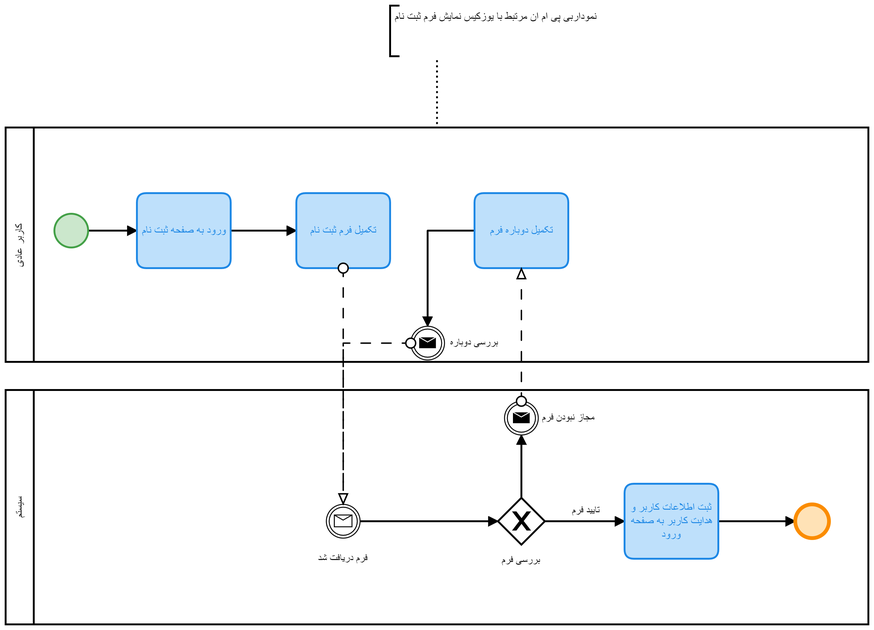
The BPMN diagram Diagrams/Activity Diagram & bpmn diagram/bpmn/PDF-version/sign-up-user.png in hirezadehghani/website-builder, before a commit. Its source is kept beside it as Diagrams/Activity Diagram & bpmn diagram/bpmn/sign-up-user.bpmn. Ids are renumbered. Its diagram source:
```xml
<bpmn:definitions xmlns:bpmn="http://www.omg.org/spec/BPMN/20100524/MODEL" xmlns:bpmndi="http://www.omg.org/spec/BPMN/20100524/DI" xmlns:dc="http://www.omg.org/spec/DD/20100524/DC" xmlns:di="http://www.omg.org/spec/DD/20100524/DI" xmlns:bioc="http://bpmn.io/schema/bpmn/biocolor/1.0" xmlns:color="http://www.omg.org/spec/BPMN/non-normative/color/1.0" xmlns:modeler="http://camunda.org/schema/modeler/1.0" id="Definitions_n1" targetNamespace="http://bpmn.io/schema/bpmn" exporter="Camunda Modeler" exporterVersion="4.11.1" modeler:executionPlatform="Camunda Platform" modeler:executionPlatformVersion="7.15.0">
  <bpmn:collaboration id="Collaboration_n2">
    <bpmn:participant id="Participant_n3" name="کاربر عادی" processRef="Process_n4" />
    <bpmn:participant id="Participant_n5" name="سیستم" processRef="Process_n6" />
    <bpmn:messageFlow id="Flow_n7" sourceRef="Activity_n8" targetRef="Event_n9" />
    <bpmn:messageFlow id="Flow_n10" sourceRef="Event_n11" targetRef="Activity_n12" />
    <bpmn:messageFlow id="Flow_n13" sourceRef="Event_n14" targetRef="Event_n9" />
    <bpmn:textAnnotation id="TextAnnotation_n15">
      <bpmn:text>نموداربی پی ام ان مرتبط با یوزکیس نمایش فرم ثبت نام</bpmn:text>
    </bpmn:textAnnotation>
    <bpmn:association id="Association_n16" sourceRef="Participant_n3" targetRef="TextAnnotation_n15" />
  </bpmn:collaboration>
  <bpmn:process id="Process_n4" isExecutable="true">
    <bpmn:startEvent id="Event_n17">
      <bpmn:outgoing>Flow_n18</bpmn:outgoing>
    </bpmn:startEvent>
    <bpmn:task id="Activity_n19" name="ورود به صفحه ثبت نام">
      <bpmn:incoming>Flow_n18</bpmn:incoming>
      <bpmn:outgoing>Flow_n20</bpmn:outgoing>
    </bpmn:task>
    <bpmn:task id="Activity_n8" name="تکمیل فرم ثبت نام">
      <bpmn:incoming>Flow_n20</bpmn:incoming>
    </bpmn:task>
    <bpmn:task id="Activity_n12" name="تکمیل دوباره فرم">
      <bpmn:outgoing>Flow_n21</bpmn:outgoing>
    </bpmn:task>
    <bpmn:intermediateThrowEvent id="Event_n14" name="بررسی دوباره">
      <bpmn:incoming>Flow_n21</bpmn:incoming>
      <bpmn:messageEventDefinition id="MessageEventDefinition_n22" />
    </bpmn:intermediateThrowEvent>
    <bpmn:sequenceFlow id="Flow_n20" sourceRef="Activity_n19" targetRef="Activity_n8" />
    <bpmn:sequenceFlow id="Flow_n18" sourceRef="Event_n17" targetRef="Activity_n19" />
    <bpmn:sequenceFlow id="Flow_n21" sourceRef="Activity_n12" targetRef="Event_n14" />
  </bpmn:process>
  <bpmn:process id="Process_n6" isExecutable="false">
    <bpmn:task id="Activity_n23" name="ثبت اطلاعات کاربر و هدایت کاربر به صفحه ورود">
      <bpmn:incoming>Flow_n24</bpmn:incoming>
      <bpmn:outgoing>Flow_n25</bpmn:outgoing>
    </bpmn:task>
    <bpmn:endEvent id="Event_n26">
      <bpmn:incoming>Flow_n25</bpmn:incoming>
    </bpmn:endEvent>
    <bpmn:intermediateCatchEvent id="Event_n9" name="فرم دریافت شد">
      <bpmn:outgoing>Flow_n27</bpmn:outgoing>
      <bpmn:messageEventDefinition id="MessageEventDefinition_n28" />
    </bpmn:intermediateCatchEvent>
    <bpmn:exclusiveGateway id="Gateway_n29" name="بررسی فرم">
      <bpmn:incoming>Flow_n27</bpmn:incoming>
      <bpmn:outgoing>Flow_n24</bpmn:outgoing>
      <bpmn:outgoing>Flow_n30</bpmn:outgoing>
    </bpmn:exclusiveGateway>
    <bpmn:intermediateThrowEvent id="Event_n11" name="مجاز نبودن فرم">
      <bpmn:incoming>Flow_n30</bpmn:incoming>
      <bpmn:messageEventDefinition id="MessageEventDefinition_n31" />
    </bpmn:intermediateThrowEvent>
    <bpmn:sequenceFlow id="Flow_n25" sourceRef="Activity_n23" targetRef="Event_n26" />
    <bpmn:sequenceFlow id="Flow_n24" name="تایید فرم" sourceRef="Gateway_n29" targetRef="Activity_n23" />
    <bpmn:sequenceFlow id="Flow_n27" sourceRef="Event_n9" targetRef="Gateway_n29" />
    <bpmn:sequenceFlow id="Flow_n30" sourceRef="Gateway_n29" targetRef="Event_n11" />
  </bpmn:process>
  <bpmndi:BPMNDiagram id="BPMNDiagram_1">
    <bpmndi:BPMNPlane id="BPMNPlane_1" bpmnElement="Collaboration_n2">
      <bpmndi:BPMNShape id="Participant_n3_di" bpmnElement="Participant_n3" isHorizontal="true">
        <dc:Bounds x="160" y="210" width="920" height="250" />
      </bpmndi:BPMNShape>
      <bpmndi:BPMNEdge id="Flow_n21_di" bpmnElement="Flow_n21">
        <di:waypoint x="660" y="320" />
        <di:waypoint x="610" y="320" />
        <di:waypoint x="610" y="422" />
      </bpmndi:BPMNEdge>
      <bpmndi:BPMNEdge id="Flow_n18_di" bpmnElement="Flow_n18">
        <di:waypoint x="248" y="320" />
        <di:waypoint x="300" y="320" />
      </bpmndi:BPMNEdge>
      <bpmndi:BPMNEdge id="Flow_n20_di" bpmnElement="Flow_n20">
        <di:waypoint x="400" y="320" />
        <di:waypoint x="470" y="320" />
      </bpmndi:BPMNEdge>
      <bpmndi:BPMNShape id="Event_n17_di" bpmnElement="Event_n17" bioc:stroke="#43a047" bioc:fill="#c8e6c9" color:background-color="#c8e6c9" color:border-color="#43a047">
        <dc:Bounds x="212" y="302" width="36" height="36" />
      </bpmndi:BPMNShape>
      <bpmndi:BPMNShape id="Activity_n19_di" bpmnElement="Activity_n19" bioc:stroke="#1e88e5" bioc:fill="#bbdefb" color:background-color="#bbdefb" color:border-color="#1e88e5">
        <dc:Bounds x="300" y="280" width="100" height="80" />
      </bpmndi:BPMNShape>
      <bpmndi:BPMNShape id="Activity_n8_di" bpmnElement="Activity_n8" bioc:stroke="#1e88e5" bioc:fill="#bbdefb" color:background-color="#bbdefb" color:border-color="#1e88e5">
        <dc:Bounds x="470" y="280" width="100" height="80" />
      </bpmndi:BPMNShape>
      <bpmndi:BPMNShape id="Activity_n12_di" bpmnElement="Activity_n12" bioc:stroke="#1e88e5" bioc:fill="#bbdefb" color:background-color="#bbdefb" color:border-color="#1e88e5">
        <dc:Bounds x="660" y="280" width="100" height="80" />
      </bpmndi:BPMNShape>
      <bpmndi:BPMNShape id="Event_0u64zjg_di" bpmnElement="Event_n14">
        <dc:Bounds x="592" y="422" width="36" height="36" />
        <bpmndi:BPMNLabel>
          <dc:Bounds x="634" y="433" width="52" height="14" />
        </bpmndi:BPMNLabel>
      </bpmndi:BPMNShape>
      <bpmndi:BPMNShape id="Participant_n5_di" bpmnElement="Participant_n5" isHorizontal="true">
        <dc:Bounds x="160" y="490" width="920" height="250" />
      </bpmndi:BPMNShape>
      <bpmndi:BPMNEdge id="Flow_n30_di" bpmnElement="Flow_n30">
        <di:waypoint x="710" y="605" />
        <di:waypoint x="710" y="538" />
      </bpmndi:BPMNEdge>
      <bpmndi:BPMNEdge id="Flow_n27_di" bpmnElement="Flow_n27">
        <di:waypoint x="538" y="630" />
        <di:waypoint x="685" y="630" />
      </bpmndi:BPMNEdge>
      <bpmndi:BPMNEdge id="Flow_n24_di" bpmnElement="Flow_n24">
        <di:waypoint x="735" y="630" />
        <di:waypoint x="820" y="630" />
        <bpmndi:BPMNLabel>
          <dc:Bounds x="764" y="612" width="29" height="14" />
        </bpmndi:BPMNLabel>
      </bpmndi:BPMNEdge>
      <bpmndi:BPMNEdge id="Flow_n25_di" bpmnElement="Flow_n25">
        <di:waypoint x="920" y="630" />
        <di:waypoint x="1002" y="630" />
      </bpmndi:BPMNEdge>
      <bpmndi:BPMNShape id="Activity_n23_di" bpmnElement="Activity_n23" bioc:stroke="#1e88e5" bioc:fill="#bbdefb" color:background-color="#bbdefb" color:border-color="#1e88e5">
        <dc:Bounds x="820" y="590" width="100" height="80" />
      </bpmndi:BPMNShape>
      <bpmndi:BPMNShape id="Event_n26_di" bpmnElement="Event_n26" bioc:stroke="#fb8c00" bioc:fill="#ffe0b2" color:background-color="#ffe0b2" color:border-color="#fb8c00">
        <dc:Bounds x="1002" y="612" width="36" height="36" />
      </bpmndi:BPMNShape>
      <bpmndi:BPMNShape id="Event_1ef4o93_di" bpmnElement="Event_n9">
        <dc:Bounds x="502" y="612" width="36" height="36" />
        <bpmndi:BPMNLabel>
          <dc:Bounds x="493" y="663" width="54" height="14" />
        </bpmndi:BPMNLabel>
      </bpmndi:BPMNShape>
      <bpmndi:BPMNShape id="Gateway_n29_di" bpmnElement="Gateway_n29" isMarkerVisible="true">
        <dc:Bounds x="685" y="605" width="50" height="50" />
        <bpmndi:BPMNLabel>
          <dc:Bounds x="689" y="665" width="41" height="14" />
        </bpmndi:BPMNLabel>
      </bpmndi:BPMNShape>
      <bpmndi:BPMNShape id="Event_10p3g1r_di" bpmnElement="Event_n11">
        <dc:Bounds x="692" y="502" width="36" height="36" />
        <bpmndi:BPMNLabel>
          <dc:Bounds x="732" y="513" width="56" height="14" />
        </bpmndi:BPMNLabel>
      </bpmndi:BPMNShape>
      <bpmndi:BPMNShape id="TextAnnotation_n15_di" bpmnElement="TextAnnotation_n15">
        <dc:Bounds x="570" y="80" width="340" height="54" />
      </bpmndi:BPMNShape>
      <bpmndi:BPMNEdge id="Association_n16_di" bpmnElement="Association_n16">
        <di:waypoint x="620" y="210" />
        <di:waypoint x="620" y="134" />
      </bpmndi:BPMNEdge>
      <bpmndi:BPMNEdge id="Flow_n7_di" bpmnElement="Flow_n7">
        <di:waypoint x="520" y="360" />
        <di:waypoint x="520" y="612" />
      </bpmndi:BPMNEdge>
      <bpmndi:BPMNEdge id="Flow_n10_di" bpmnElement="Flow_n10">
        <di:waypoint x="710" y="502" />
        <di:waypoint x="710" y="360" />
      </bpmndi:BPMNEdge>
      <bpmndi:BPMNEdge id="Flow_n13_di" bpmnElement="Flow_n13">
        <di:waypoint x="592" y="440" />
        <di:waypoint x="520" y="440" />
        <di:waypoint x="520" y="612" />
      </bpmndi:BPMNEdge>
    </bpmndi:BPMNPlane>
  </bpmndi:BPMNDiagram>
</bpmn:definitions>
```
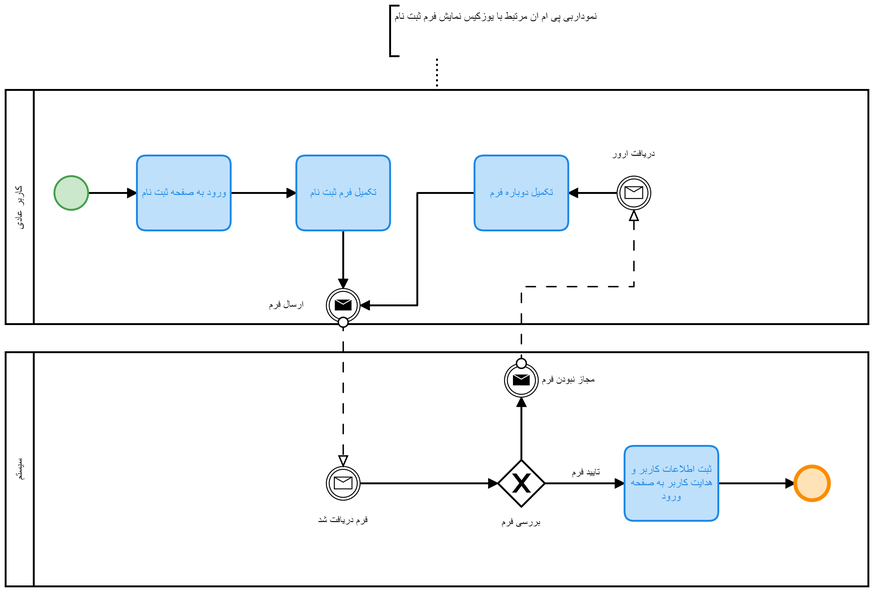
The same file after the commit.

What changed in the source:
```diff
@@ -2,8 +2,7 @@
   <bpmn:collaboration id="Collaboration_n2">
     <bpmn:participant id="Participant_n3" name="کاربر عادی" processRef="Process_n4" />
     <bpmn:participant id="Participant_n5" name="سیستم" processRef="Process_n6" />
-    <bpmn:messageFlow id="Flow_n7" sourceRef="Activity_n8" targetRef="Event_n9" />
-    <bpmn:messageFlow id="Flow_n10" sourceRef="Event_n11" targetRef="Activity_n12" />
+    <bpmn:messageFlow id="Flow_n10" sourceRef="Event_n11" targetRef="Event_n32" />
     <bpmn:messageFlow id="Flow_n13" sourceRef="Event_n14" targetRef="Event_n9" />
     <bpmn:textAnnotation id="TextAnnotation_n15">
       <bpmn:text>نموداربی پی ام ان مرتبط با یوزکیس نمایش فرم ثبت نام</bpmn:text>
@@ -20,17 +19,26 @@
     </bpmn:task>
     <bpmn:task id="Activity_n8" name="تکمیل فرم ثبت نام">
       <bpmn:incoming>Flow_n20</bpmn:incoming>
+      <bpmn:outgoing>Flow_n33</bpmn:outgoing>
     </bpmn:task>
     <bpmn:task id="Activity_n12" name="تکمیل دوباره فرم">
-      <bpmn:outgoing>Flow_n21</bpmn:outgoing>
+      <bpmn:incoming>Flow_n34</bpmn:incoming>
+      <bpmn:outgoing>Flow_n35</bpmn:outgoing>
     </bpmn:task>
-    <bpmn:intermediateThrowEvent id="Event_n14" name="بررسی دوباره">
-      <bpmn:incoming>Flow_n21</bpmn:incoming>
+    <bpmn:sequenceFlow id="Flow_n20" sourceRef="Activity_n19" targetRef="Activity_n8" />
+    <bpmn:sequenceFlow id="Flow_n18" sourceRef="Event_n17" targetRef="Activity_n19" />
+    <bpmn:intermediateThrowEvent id="Event_n14" name="ارسال فرم">
+      <bpmn:incoming>Flow_n33</bpmn:incoming>
+      <bpmn:incoming>Flow_n35</bpmn:incoming>
       <bpmn:messageEventDefinition id="MessageEventDefinition_n22" />
     </bpmn:intermediateThrowEvent>
-    <bpmn:sequenceFlow id="Flow_n20" sourceRef="Activity_n19" targetRef="Activity_n8" />
-    <bpmn:sequenceFlow id="Flow_n18" sourceRef="Event_n17" targetRef="Activity_n19" />
-    <bpmn:sequenceFlow id="Flow_n21" sourceRef="Activity_n12" targetRef="Event_n14" />
+    <bpmn:sequenceFlow id="Flow_n33" sourceRef="Activity_n8" targetRef="Event_n14" />
+    <bpmn:sequenceFlow id="Flow_n35" sourceRef="Activity_n12" targetRef="Event_n14" />
+    <bpmn:intermediateCatchEvent id="Event_n32" name="دریافت ارور">
+      <bpmn:outgoing>Flow_n34</bpmn:outgoing>
+      <bpmn:messageEventDefinition id="MessageEventDefinition_n36" />
+    </bpmn:intermediateCatchEvent>
+    <bpmn:sequenceFlow id="Flow_n34" sourceRef="Event_n32" targetRef="Activity_n12" />
   </bpmn:process>
   <bpmn:process id="Process_n6" isExecutable="false">
     <bpmn:task id="Activity_n23" name="ثبت اطلاعات کاربر و هدایت کاربر به صفحه ورود">
@@ -63,10 +71,19 @@
       <bpmndi:BPMNShape id="Participant_n3_di" bpmnElement="Participant_n3" isHorizontal="true">
         <dc:Bounds x="160" y="210" width="920" height="250" />
       </bpmndi:BPMNShape>
-      <bpmndi:BPMNEdge id="Flow_n21_di" bpmnElement="Flow_n21">
+      <bpmndi:BPMNEdge id="Flow_n34_di" bpmnElement="Flow_n34">
+        <di:waypoint x="812" y="320" />
+        <di:waypoint x="760" y="320" />
+      </bpmndi:BPMNEdge>
+      <bpmndi:BPMNEdge id="Flow_n35_di" bpmnElement="Flow_n35">
         <di:waypoint x="660" y="320" />
-        <di:waypoint x="610" y="320" />
-        <di:waypoint x="610" y="422" />
+        <di:waypoint x="599" y="320" />
+        <di:waypoint x="599" y="440" />
+        <di:waypoint x="538" y="440" />
+      </bpmndi:BPMNEdge>
+      <bpmndi:BPMNEdge id="Flow_n33_di" bpmnElement="Flow_n33">
+        <di:waypoint x="520" y="360" />
+        <di:waypoint x="520" y="422" />
       </bpmndi:BPMNEdge>
       <bpmndi:BPMNEdge id="Flow_n18_di" bpmnElement="Flow_n18">
         <di:waypoint x="248" y="320" />
@@ -89,9 +106,15 @@
         <dc:Bounds x="660" y="280" width="100" height="80" />
       </bpmndi:BPMNShape>
       <bpmndi:BPMNShape id="Event_0u64zjg_di" bpmnElement="Event_n14">
-        <dc:Bounds x="592" y="422" width="36" height="36" />
+        <dc:Bounds x="502" y="422" width="36" height="36" />
         <bpmndi:BPMNLabel>
-          <dc:Bounds x="634" y="433" width="52" height="14" />
+          <dc:Bounds x="441" y="433" width="37" height="14" />
+        </bpmndi:BPMNLabel>
+      </bpmndi:BPMNShape>
+      <bpmndi:BPMNShape id="Event_0kgkjzi_di" bpmnElement="Event_n32">
+        <dc:Bounds x="812" y="302" width="36" height="36" />
+        <bpmndi:BPMNLabel>
+          <dc:Bounds x="806" y="272" width="48" height="14" />
         </bpmndi:BPMNLabel>
       </bpmndi:BPMNShape>
       <bpmndi:BPMNShape id="Participant_n5_di" bpmnElement="Participant_n5" isHorizontal="true">
@@ -141,23 +164,20 @@
         </bpmndi:BPMNLabel>
       </bpmndi:BPMNShape>
       <bpmndi:BPMNShape id="TextAnnotation_n15_di" bpmnElement="TextAnnotation_n15">
-        <dc:Bounds x="570" y="80" width="340" height="54" />
+        <dc:Bounds x="570" y="120" width="340" height="54" />
       </bpmndi:BPMNShape>
       <bpmndi:BPMNEdge id="Association_n16_di" bpmnElement="Association_n16">
         <di:waypoint x="620" y="210" />
-        <di:waypoint x="620" y="134" />
-      </bpmndi:BPMNEdge>
-      <bpmndi:BPMNEdge id="Flow_n7_di" bpmnElement="Flow_n7">
-        <di:waypoint x="520" y="360" />
-        <di:waypoint x="520" y="612" />
+        <di:waypoint x="620" y="174" />
       </bpmndi:BPMNEdge>
       <bpmndi:BPMNEdge id="Flow_n10_di" bpmnElement="Flow_n10">
         <di:waypoint x="710" y="502" />
-        <di:waypoint x="710" y="360" />
+        <di:waypoint x="710" y="420" />
+        <di:waypoint x="830" y="420" />
+        <di:waypoint x="830" y="338" />
       </bpmndi:BPMNEdge>
       <bpmndi:BPMNEdge id="Flow_n13_di" bpmnElement="Flow_n13">
-        <di:waypoint x="592" y="440" />
-        <di:waypoint x="520" y="440" />
+        <di:waypoint x="520" y="458" />
         <di:waypoint x="520" y="612" />
       </bpmndi:BPMNEdge>
     </bpmndi:BPMNPlane>
```
